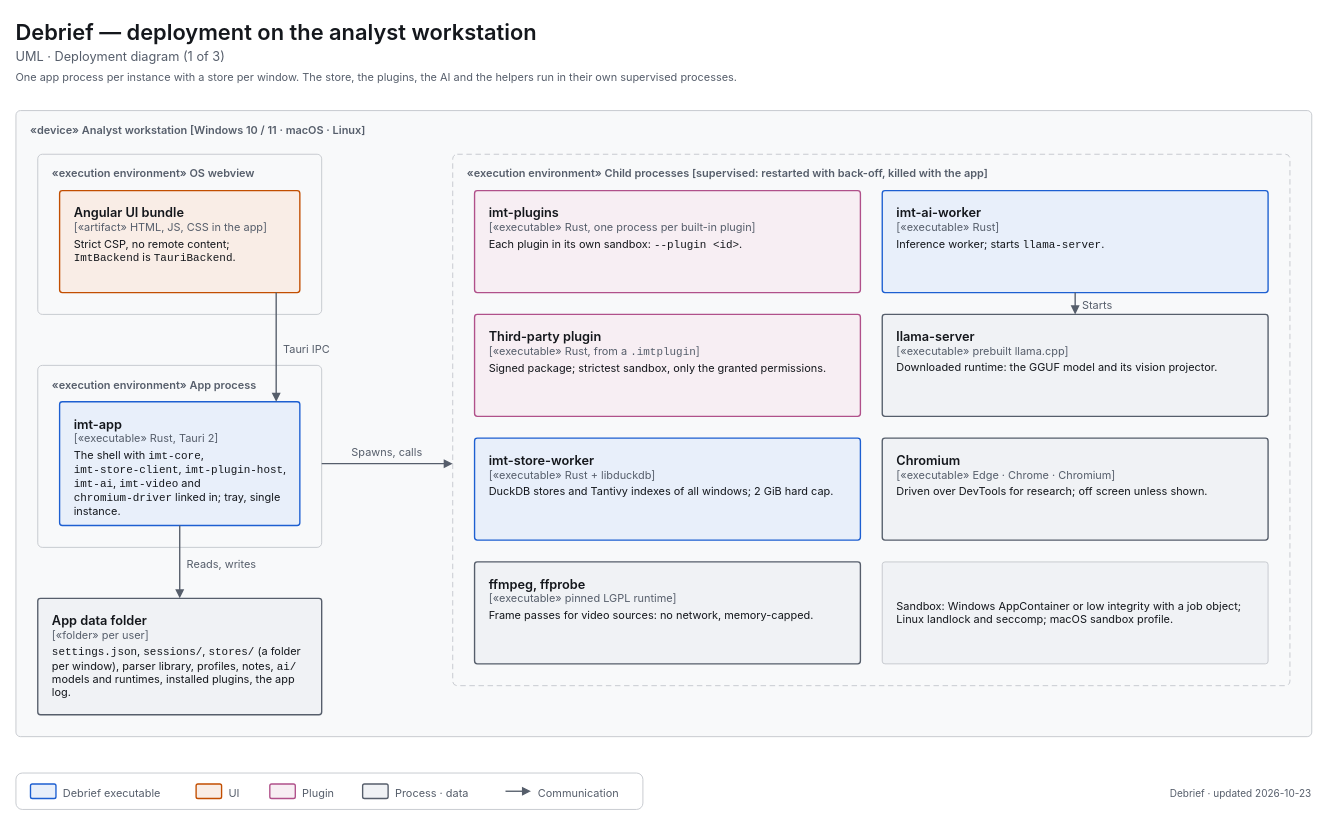
This is docs/diagrams/uml-deployment-workstation.drawio from decryp7/integrated_maintenance_tool, a draw.io file, before an edit. Source tidied: cells renumbered, new cells numbered last; positions are measured from the earlier drawing's top-left corner, leaving out a move shared by most shapes. Both pictures are drawn from the tidied source at 91%, with x=0, y=0 at pixel (15, 15).
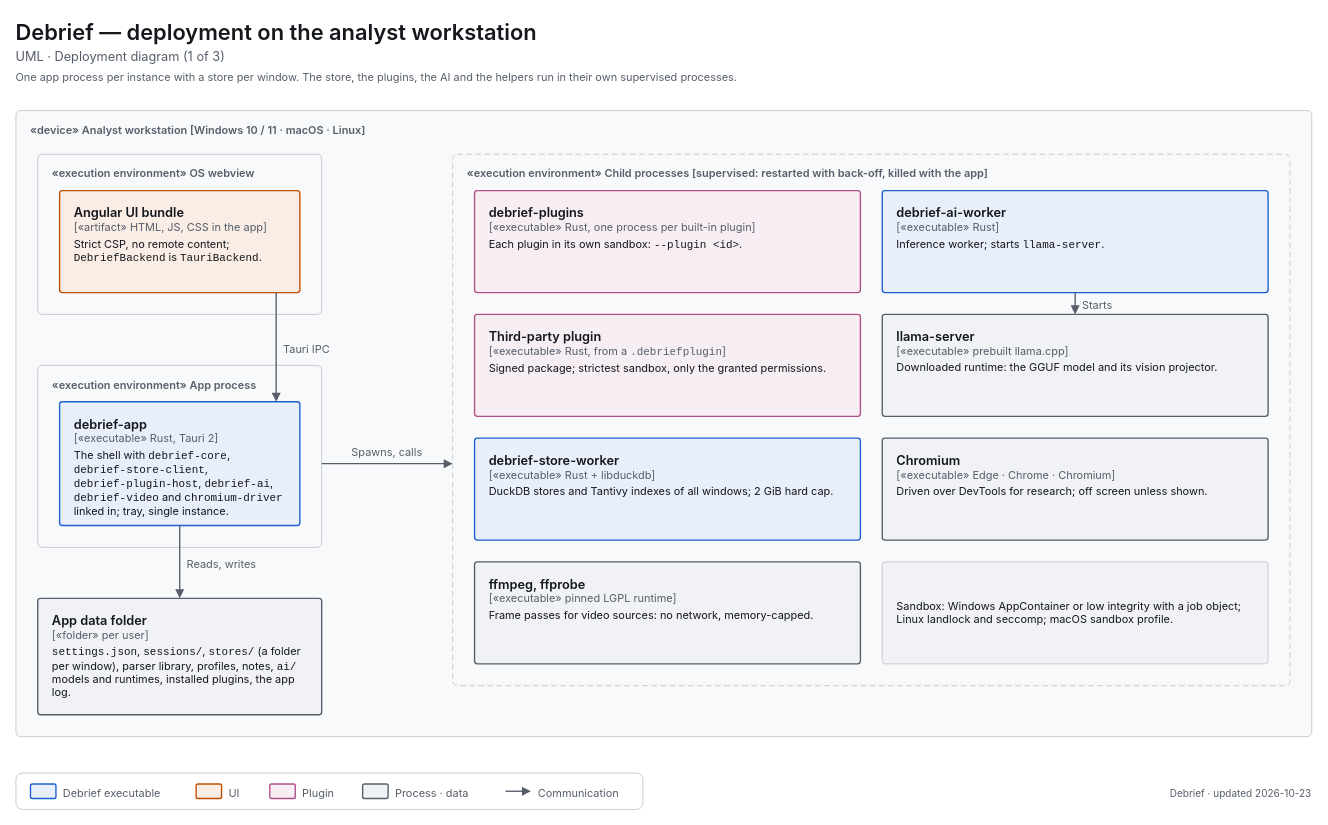
The same page after the edit.

What changed in the source:
```diff
@@
-    <mxCell id="7" value="&lt;span style=&quot;font-size:14px;font-weight:600&quot;&gt;Angular UI bundle&lt;/span&gt;&lt;br&gt;&lt;span style=&quot;font-size:12px;color:light-dark(#565E6B,#A0A7B2)&quot;&gt;[«artifact» HTML, JS, CSS in the app]&lt;/span&gt;&lt;br&gt;&lt;div style=&quot;margin-top:4px;font-size:12px&quot;&gt;Strict CSP, no remote content; &lt;span style=&quot;font-family:ui-monospace,SF Mono,Cascadia Mono,Consolas,monospace;white-space:nowrap&quot;&gt;ImtBackend&lt;/span&gt; is &lt;span style=&quot;font-family:ui-monospace,SF Mono,Cascadia Mono,Consolas,monospace;white-space:nowrap&quot;&gt;TauriBackend&lt;/span&gt;.&lt;/div&gt;" style="html=1;whiteSpace=wrap;fontFamily=-apple-system,BlinkMacSystemFont,Segoe UI,system-ui,sans-serif;fontSize=12;fontColor=light-dark(#14171C,#ECEEF1);rounded=1;absoluteArcSize=1;arcSize=6;strokeWidth=1.5;strokeColor=light-dark(#C24E00,#F07D3A);fillColor=light-dark(#F9EDE6,#382720);align=left;verticalAlign=top;spacingLeft=14;spacingRight=14;spacingTop=10;spacingBottom=8;" parent="1" vertex="1">
+    <mxCell id="7" value="&lt;span style=&quot;font-size:14px;font-weight:600&quot;&gt;Angular UI bundle&lt;/span&gt;&lt;br&gt;&lt;span style=&quot;font-size:12px;color:light-dark(#565E6B,#A0A7B2)&quot;&gt;[«artifact» HTML, JS, CSS in the app]&lt;/span&gt;&lt;br&gt;&lt;div style=&quot;margin-top:4px;font-size:12px&quot;&gt;Strict CSP, no remote content; &lt;span style=&quot;font-family:ui-monospace,SF Mono,Cascadia Mono,Consolas,monospace;white-space:nowrap&quot;&gt;DebriefBackend&lt;/span&gt; is &lt;span style=&quot;font-family:ui-monospace,SF Mono,Cascadia Mono,Consolas,monospace;white-space:nowrap&quot;&gt;TauriBackend&lt;/span&gt;.&lt;/div&gt;" style="html=1;whiteSpace=wrap;fontFamily=-apple-system,BlinkMacSystemFont,Segoe UI,system-ui,sans-serif;fontSize=12;fontColor=light-dark(#14171C,#ECEEF1);rounded=1;absoluteArcSize=1;arcSize=6;strokeWidth=1.5;strokeColor=light-dark(#C24E00,#F07D3A);fillColor=light-dark(#F9EDE6,#382720);align=left;verticalAlign=top;spacingLeft=14;spacingRight=14;spacingTop=10;spacingBottom=8;" parent="1" vertex="1">
       <mxGeometry x="48" y="192" width="264" height="112" as="geometry" />
     </mxCell>
@@
-    <mxCell id="9" value="&lt;span style=&quot;font-size:14px;font-weight:600&quot;&gt;imt-app&lt;/span&gt;&lt;br&gt;&lt;span style=&quot;font-size:12px;color:light-dark(#565E6B,#A0A7B2)&quot;&gt;[«executable» Rust, Tauri 2]&lt;/span&gt;&lt;br&gt;&lt;div style=&quot;margin-top:4px;font-size:12px&quot;&gt;The shell with &lt;span style=&quot;font-family:ui-monospace,SF Mono,Cascadia Mono,Consolas,monospace;white-space:nowrap&quot;&gt;imt-core&lt;/span&gt;, &lt;span style=&quot;font-family:ui-monospace,SF Mono,Cascadia Mono,Consolas,monospace;white-space:nowrap&quot;&gt;imt-store-client&lt;/span&gt;, &lt;span style=&quot;font-family:ui-monospace,SF Mono,Cascadia Mono,Consolas,monospace;white-space:nowrap&quot;&gt;imt-plugin-host&lt;/span&gt;, &lt;span style=&quot;font-family:ui-monospace,SF Mono,Cascadia Mono,Consolas,monospace;white-space:nowrap&quot;&gt;imt-ai&lt;/span&gt;, &lt;span style=&quot;font-family:ui-monospace,SF Mono,Cascadia Mono,Consolas,monospace;white-space:nowrap&quot;&gt;imt-video&lt;/span&gt; and &lt;span style=&quot;font-family:ui-monospace,SF Mono,Cascadia Mono,Consolas,monospace;white-space:nowrap&quot;&gt;chromium-driver&lt;/span&gt; linked in; tray, single instance.&lt;/div&gt;" style="html=1;whiteSpace=wrap;fontFamily=-apple-system,BlinkMacSystemFont,Segoe UI,system-ui,sans-serif;fontSize=12;fontColor=light-dark(#14171C,#ECEEF1);rounded=1;absoluteArcSize=1;arcSize=6;strokeWidth=1.5;strokeColor=light-dark(#1D5FD1,#5B9BFF);fillColor=light-dark(#E8EFFA,#202C3F);align=left;verticalAlign=top;spacingLeft=14;spacingRight=14;spacingTop=10;spacingBottom=8;" parent="1" vertex="1">
+    <mxCell id="9" value="&lt;span style=&quot;font-size:14px;font-weight:600&quot;&gt;debrief-app&lt;/span&gt;&lt;br&gt;&lt;span style=&quot;font-size:12px;color:light-dark(#565E6B,#A0A7B2)&quot;&gt;[«executable» Rust, Tauri 2]&lt;/span&gt;&lt;br&gt;&lt;div style=&quot;margin-top:4px;font-size:12px&quot;&gt;The shell with &lt;span style=&quot;font-family:ui-monospace,SF Mono,Cascadia Mono,Consolas,monospace;white-space:nowrap&quot;&gt;debrief-core&lt;/span&gt;, &lt;span style=&quot;font-family:ui-monospace,SF Mono,Cascadia Mono,Consolas,monospace;white-space:nowrap&quot;&gt;debrief-store-client&lt;/span&gt;, &lt;span style=&quot;font-family:ui-monospace,SF Mono,Cascadia Mono,Consolas,monospace;white-space:nowrap&quot;&gt;debrief-plugin-host&lt;/span&gt;, &lt;span style=&quot;font-family:ui-monospace,SF Mono,Cascadia Mono,Consolas,monospace;white-space:nowrap&quot;&gt;debrief-ai&lt;/span&gt;, &lt;span style=&quot;font-family:ui-monospace,SF Mono,Cascadia Mono,Consolas,monospace;white-space:nowrap&quot;&gt;debrief-video&lt;/span&gt; and &lt;span style=&quot;font-family:ui-monospace,SF Mono,Cascadia Mono,Consolas,monospace;white-space:nowrap&quot;&gt;chromium-driver&lt;/span&gt; linked in; tray, single instance.&lt;/div&gt;" style="html=1;whiteSpace=wrap;fontFamily=-apple-system,BlinkMacSystemFont,Segoe UI,system-ui,sans-serif;fontSize=12;fontColor=light-dark(#14171C,#ECEEF1);rounded=1;absoluteArcSize=1;arcSize=6;strokeWidth=1.5;strokeColor=light-dark(#1D5FD1,#5B9BFF);fillColor=light-dark(#E8EFFA,#202C3F);align=left;verticalAlign=top;spacingLeft=14;spacingRight=14;spacingTop=10;spacingBottom=8;" parent="1" vertex="1">
       <mxGeometry x="48" y="424" width="264" height="136" as="geometry" />
     </mxCell>
@@
-    <mxCell id="12" value="&lt;span style=&quot;font-size:14px;font-weight:600&quot;&gt;imt-plugins&lt;/span&gt;&lt;br&gt;&lt;span style=&quot;font-size:12px;color:light-dark(#565E6B,#A0A7B2)&quot;&gt;[«executable» Rust, one process per built-in plugin]&lt;/span&gt;&lt;br&gt;&lt;div style=&quot;margin-top:4px;font-size:12px&quot;&gt;Each plugin in its own sandbox: &lt;span style=&quot;font-family:ui-monospace,SF Mono,Cascadia Mono,Consolas,monospace;white-space:nowrap&quot;&gt;--plugin &amp;lt;id&amp;gt;&lt;/span&gt;.&lt;/div&gt;" style="html=1;whiteSpace=wrap;fontFamily=-apple-system,BlinkMacSystemFont,Segoe UI,system-ui,sans-serif;fontSize=12;fontColor=light-dark(#14171C,#ECEEF1);rounded=1;absoluteArcSize=1;arcSize=6;strokeWidth=1.5;strokeColor=light-dark(#B0508A,#D98BC0);fillColor=light-dark(#F7EEF3,#342A35);align=left;verticalAlign=top;spacingLeft=14;spacingRight=14;spacingTop=10;spacingBottom=8;" parent="1" vertex="1">
+    <mxCell id="12" value="&lt;span style=&quot;font-size:14px;font-weight:600&quot;&gt;debrief-plugins&lt;/span&gt;&lt;br&gt;&lt;span style=&quot;font-size:12px;color:light-dark(#565E6B,#A0A7B2)&quot;&gt;[«executable» Rust, one process per built-in plugin]&lt;/span&gt;&lt;br&gt;&lt;div style=&quot;margin-top:4px;font-size:12px&quot;&gt;Each plugin in its own sandbox: &lt;span style=&quot;font-family:ui-monospace,SF Mono,Cascadia Mono,Consolas,monospace;white-space:nowrap&quot;&gt;--plugin &amp;lt;id&amp;gt;&lt;/span&gt;.&lt;/div&gt;" style="html=1;whiteSpace=wrap;fontFamily=-apple-system,BlinkMacSystemFont,Segoe UI,system-ui,sans-serif;fontSize=12;fontColor=light-dark(#14171C,#ECEEF1);rounded=1;absoluteArcSize=1;arcSize=6;strokeWidth=1.5;strokeColor=light-dark(#B0508A,#D98BC0);fillColor=light-dark(#F7EEF3,#342A35);align=left;verticalAlign=top;spacingLeft=14;spacingRight=14;spacingTop=10;spacingBottom=8;" parent="1" vertex="1">
       <mxGeometry x="504" y="192" width="424" height="112" as="geometry" />
     </mxCell>
-    <mxCell id="13" value="&lt;span style=&quot;font-size:14px;font-weight:600&quot;&gt;Third-party plugin&lt;/span&gt;&lt;br&gt;&lt;span style=&quot;font-size:12px;color:light-dark(#565E6B,#A0A7B2)&quot;&gt;[«executable» Rust, from a &lt;span style=&quot;font-family:ui-monospace,SF Mono,Cascadia Mono,Consolas,monospace;white-space:nowrap&quot;&gt;.imtplugin&lt;/span&gt;]&lt;/span&gt;&lt;br&gt;&lt;div style=&quot;margin-top:4px;font-size:12px&quot;&gt;Signed package; strictest sandbox, only the granted permissions.&lt;/div&gt;" style="html=1;whiteSpace=wrap;fontFamily=-apple-system,BlinkMacSystemFont,Segoe UI,system-ui,sans-serif;fontSize=12;fontColor=light-dark(#14171C,#ECEEF1);rounded=1;absoluteArcSize=1;arcSize=6;strokeWidth=1.5;strokeColor=light-dark(#B0508A,#D98BC0);fillColor=light-dark(#F7EEF3,#342A35);align=left;verticalAlign=top;spacingLeft=14;spacingRight=14;spacingTop=10;spacingBottom=8;" parent="1" vertex="1">
+    <mxCell id="13" value="&lt;span style=&quot;font-size:14px;font-weight:600&quot;&gt;Third-party plugin&lt;/span&gt;&lt;br&gt;&lt;span style=&quot;font-size:12px;color:light-dark(#565E6B,#A0A7B2)&quot;&gt;[«executable» Rust, from a &lt;span style=&quot;font-family:ui-monospace,SF Mono,Cascadia Mono,Consolas,monospace;white-space:nowrap&quot;&gt;.debriefplugin&lt;/span&gt;]&lt;/span&gt;&lt;br&gt;&lt;div style=&quot;margin-top:4px;font-size:12px&quot;&gt;Signed package; strictest sandbox, only the granted permissions.&lt;/div&gt;" style="html=1;whiteSpace=wrap;fontFamily=-apple-system,BlinkMacSystemFont,Segoe UI,system-ui,sans-serif;fontSize=12;fontColor=light-dark(#14171C,#ECEEF1);rounded=1;absoluteArcSize=1;arcSize=6;strokeWidth=1.5;strokeColor=light-dark(#B0508A,#D98BC0);fillColor=light-dark(#F7EEF3,#342A35);align=left;verticalAlign=top;spacingLeft=14;spacingRight=14;spacingTop=10;spacingBottom=8;" parent="1" vertex="1">
       <mxGeometry x="504" y="328" width="424" height="112" as="geometry" />
     </mxCell>
-    <mxCell id="14" value="&lt;span style=&quot;font-size:14px;font-weight:600&quot;&gt;imt-store-worker&lt;/span&gt;&lt;br&gt;&lt;span style=&quot;font-size:12px;color:light-dark(#565E6B,#A0A7B2)&quot;&gt;[«executable» Rust + libduckdb]&lt;/span&gt;&lt;br&gt;&lt;div style=&quot;margin-top:4px;font-size:12px&quot;&gt;DuckDB stores and Tantivy indexes of all windows; 2 GiB hard cap.&lt;/div&gt;" style="html=1;whiteSpace=wrap;fontFamily=-apple-system,BlinkMacSystemFont,Segoe UI,system-ui,sans-serif;fontSize=12;fontColor=light-dark(#14171C,#ECEEF1);rounded=1;absoluteArcSize=1;arcSize=6;strokeWidth=1.5;strokeColor=light-dark(#1D5FD1,#5B9BFF);fillColor=light-dark(#E8EFFA,#202C3F);align=left;verticalAlign=top;spacingLeft=14;spacingRight=14;spacingTop=10;spacingBottom=8;" parent="1" vertex="1">
+    <mxCell id="14" value="&lt;span style=&quot;font-size:14px;font-weight:600&quot;&gt;debrief-store-worker&lt;/span&gt;&lt;br&gt;&lt;span style=&quot;font-size:12px;color:light-dark(#565E6B,#A0A7B2)&quot;&gt;[«executable» Rust + libduckdb]&lt;/span&gt;&lt;br&gt;&lt;div style=&quot;margin-top:4px;font-size:12px&quot;&gt;DuckDB stores and Tantivy indexes of all windows; 2 GiB hard cap.&lt;/div&gt;" style="html=1;whiteSpace=wrap;fontFamily=-apple-system,BlinkMacSystemFont,Segoe UI,system-ui,sans-serif;fontSize=12;fontColor=light-dark(#14171C,#ECEEF1);rounded=1;absoluteArcSize=1;arcSize=6;strokeWidth=1.5;strokeColor=light-dark(#1D5FD1,#5B9BFF);fillColor=light-dark(#E8EFFA,#202C3F);align=left;verticalAlign=top;spacingLeft=14;spacingRight=14;spacingTop=10;spacingBottom=8;" parent="1" vertex="1">
       <mxGeometry x="504" y="464" width="424" height="112" as="geometry" />
     </mxCell>
@@
-    <mxCell id="16" value="&lt;span style=&quot;font-size:14px;font-weight:600&quot;&gt;imt-ai-worker&lt;/span&gt;&lt;br&gt;&lt;span style=&quot;font-size:12px;color:light-dark(#565E6B,#A0A7B2)&quot;&gt;[«executable» Rust]&lt;/span&gt;&lt;br&gt;&lt;div style=&quot;margin-top:4px;font-size:12px&quot;&gt;Inference worker; starts &lt;span style=&quot;font-family:ui-monospace,SF Mono,Cascadia Mono,Consolas,monospace;white-space:nowrap&quot;&gt;llama-server&lt;/span&gt;.&lt;/div&gt;" style="html=1;whiteSpace=wrap;fontFamily=-apple-system,BlinkMacSystemFont,Segoe UI,system-ui,sans-serif;fontSize=12;fontColor=light-dark(#14171C,#ECEEF1);rounded=1;absoluteArcSize=1;arcSize=6;strokeWidth=1.5;strokeColor=light-dark(#1D5FD1,#5B9BFF);fillColor=light-dark(#E8EFFA,#202C3F);align=left;verticalAlign=top;spacingLeft=14;spacingRight=14;spacingTop=10;spacingBottom=8;" parent="1" vertex="1">
+    <mxCell id="16" value="&lt;span style=&quot;font-size:14px;font-weight:600&quot;&gt;debrief-ai-worker&lt;/span&gt;&lt;br&gt;&lt;span style=&quot;font-size:12px;color:light-dark(#565E6B,#A0A7B2)&quot;&gt;[«executable» Rust]&lt;/span&gt;&lt;br&gt;&lt;div style=&quot;margin-top:4px;font-size:12px&quot;&gt;Inference worker; starts &lt;span style=&quot;font-family:ui-monospace,SF Mono,Cascadia Mono,Consolas,monospace;white-space:nowrap&quot;&gt;llama-server&lt;/span&gt;.&lt;/div&gt;" style="html=1;whiteSpace=wrap;fontFamily=-apple-system,BlinkMacSystemFont,Segoe UI,system-ui,sans-serif;fontSize=12;fontColor=light-dark(#14171C,#ECEEF1);rounded=1;absoluteArcSize=1;arcSize=6;strokeWidth=1.5;strokeColor=light-dark(#1D5FD1,#5B9BFF);fillColor=light-dark(#E8EFFA,#202C3F);align=left;verticalAlign=top;spacingLeft=14;spacingRight=14;spacingTop=10;spacingBottom=8;" parent="1" vertex="1">
       <mxGeometry x="952" y="192" width="424" height="112" as="geometry" />
     </mxCell>
```
